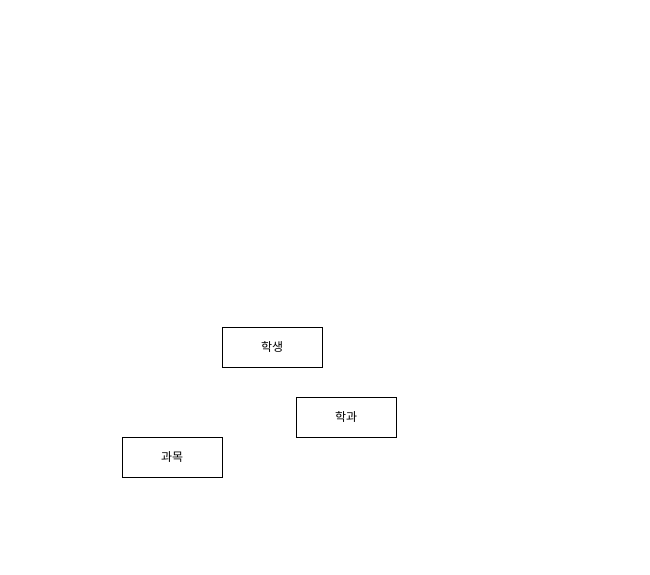
Above: 제목 없는 다이어그램.drawio in Jihyeon818/db1 (draw.io), before the change. Source tidied: cells renumbered, new cells numbered last; positions are measured from the earlier drawing's top-left corner, leaving out a move shared by most shapes. Both pictures are drawn from the tidied source at 100%, with x=0, y=0 at pixel (122, 327).
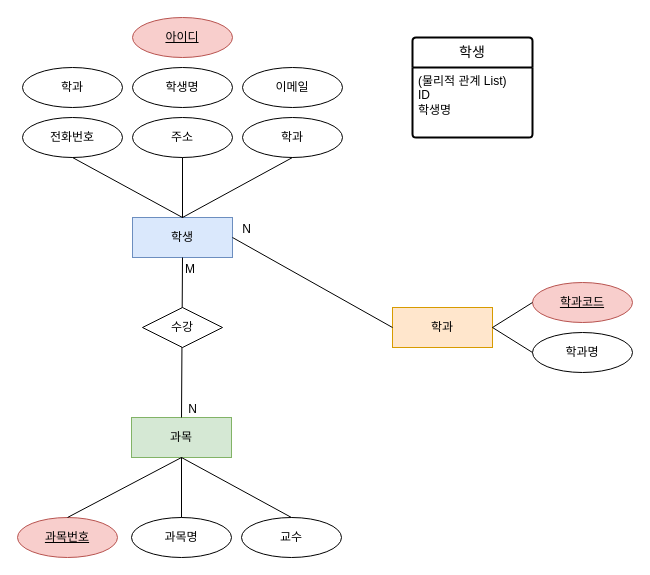
Above is the later version.

Commit message:
제목 없는 다이어그램.drawio 업데이트

The edit, as a diff of the source:
```diff
@@
-    <mxCell id="2" value="학생" style="whiteSpace=wrap;html=1;align=center;" parent="1" vertex="1">
-      <mxGeometry x="100" width="100" height="40" as="geometry" />
+    <mxCell id="2" value="학생" style="whiteSpace=wrap;html=1;align=center;fillColor=#dae8fc;strokeColor=#6c8ebf;" parent="1" vertex="1">
+      <mxGeometry x="10" y="-110" width="100" height="40" as="geometry" />
     </mxCell>
-    <mxCell id="3" value="학과" style="whiteSpace=wrap;html=1;align=center;" parent="1" vertex="1">
-      <mxGeometry x="174" y="70" width="100" height="40" as="geometry" />
+    <mxCell id="3" value="학과" style="whiteSpace=wrap;html=1;align=center;fillColor=#ffe6cc;strokeColor=#d79b00;" parent="1" vertex="1">
+      <mxGeometry x="270" y="-20" width="100" height="40" as="geometry" />
     </mxCell>
-    <mxCell id="4" value="과목" style="whiteSpace=wrap;html=1;align=center;" parent="1" vertex="1">
-      <mxGeometry y="110" width="100" height="40" as="geometry" />
+    <mxCell id="4" value="과목" style="whiteSpace=wrap;html=1;align=center;fillColor=#d5e8d4;strokeColor=#82b366;" parent="1" vertex="1">
+      <mxGeometry x="9" y="90" width="100" height="40" as="geometry" />
     </mxCell>
+    <mxCell id="5" value="학과" style="ellipse;whiteSpace=wrap;html=1;align=center;" parent="1" vertex="1">
+      <mxGeometry x="-100" y="-260" width="100" height="40" as="geometry" />
+    </mxCell>
+    <mxCell id="6" value="학생명" style="ellipse;whiteSpace=wrap;html=1;align=center;" parent="1" vertex="1">
+      <mxGeometry x="10" y="-260" width="100" height="40" as="geometry" />
+    </mxCell>
+    <mxCell id="7" value="이메일" style="ellipse;whiteSpace=wrap;html=1;align=center;" parent="1" vertex="1">
+      <mxGeometry x="120" y="-260" width="100" height="40" as="geometry" />
+    </mxCell>
+    <mxCell id="8" value="전화번호" style="ellipse;whiteSpace=wrap;html=1;align=center;" parent="1" vertex="1">
+      <mxGeometry x="-100" y="-210" width="100" height="40" as="geometry" />
+    </mxCell>
+    <mxCell id="9" value="주소" style="ellipse;whiteSpace=wrap;html=1;align=center;" parent="1" vertex="1">
+      <mxGeometry x="10" y="-210" width="100" height="40" as="geometry" />
+    </mxCell>
+    <mxCell id="10" value="학과" style="ellipse;whiteSpace=wrap;html=1;align=center;" parent="1" vertex="1">
+      <mxGeometry x="120" y="-210" width="100" height="40" as="geometry" />
+    </mxCell>
+    <mxCell id="11" value="아이디" style="ellipse;whiteSpace=wrap;html=1;align=center;fontStyle=4;fillColor=#f8cecc;strokeColor=#b85450;" parent="1" vertex="1">
+      <mxGeometry x="10" y="-310" width="100" height="40" as="geometry" />
+    </mxCell>
+    <mxCell id="12" value="학과코드" style="ellipse;whiteSpace=wrap;html=1;align=center;fontStyle=4;fillColor=#f8cecc;strokeColor=#b85450;" parent="1" vertex="1">
+      <mxGeometry x="410" y="-45" width="100" height="40" as="geometry" />
+    </mxCell>
+    <mxCell id="13" value="학과명" style="ellipse;whiteSpace=wrap;html=1;align=center;" parent="1" vertex="1">
+      <mxGeometry x="410" y="5" width="100" height="40" as="geometry" />
+    </mxCell>
+    <mxCell id="14" value="과목번호" style="ellipse;whiteSpace=wrap;html=1;align=center;fontStyle=4;fillColor=#f8cecc;strokeColor=#b85450;" parent="1" vertex="1">
+      <mxGeometry x="-105" y="190" width="100" height="40" as="geometry" />
+    </mxCell>
+    <mxCell id="15" value="교수" style="ellipse;whiteSpace=wrap;html=1;align=center;" parent="1" vertex="1">
+      <mxGeometry x="119" y="190" width="100" height="40" as="geometry" />
+    </mxCell>
+    <mxCell id="16" value="과목명" style="ellipse;whiteSpace=wrap;html=1;align=center;" parent="1" vertex="1">
+      <mxGeometry x="9" y="190" width="100" height="40" as="geometry" />
+    </mxCell>
+    <mxCell id="17" style="endArrow=none;html=1;rounded=0;exitX=0.5;exitY=1;exitDx=0;exitDy=0;entryX=0.5;entryY=0;entryDx=0;entryDy=0;" parent="1" edge="1" source="8" target="2">
+      <mxGeometry relative="1" as="geometry" />
+    </mxCell>
+    <mxCell id="18" style="endArrow=none;html=1;rounded=0;exitX=0.5;exitY=1;exitDx=0;exitDy=0;entryX=0.5;entryY=0;entryDx=0;entryDy=0;" parent="1" edge="1" source="9" target="2">
+      <mxGeometry relative="1" as="geometry" />
+    </mxCell>
+    <mxCell id="19" style="endArrow=none;html=1;rounded=0;exitX=0.5;exitY=1;exitDx=0;exitDy=0;entryX=0.5;entryY=0;entryDx=0;entryDy=0;" parent="1" edge="1" source="10" target="2">
+      <mxGeometry relative="1" as="geometry" />
+    </mxCell>
+    <mxCell id="20" style="endArrow=none;html=1;rounded=0;exitX=0;exitY=0.5;exitDx=0;exitDy=0;entryX=1;entryY=0.5;entryDx=0;entryDy=0;" parent="1" edge="1" source="12" target="3">
+      <mxGeometry relative="1" as="geometry" />
+    </mxCell>
+    <mxCell id="21" style="endArrow=none;html=1;rounded=0;exitX=0;exitY=0.5;exitDx=0;exitDy=0;entryX=1;entryY=0.5;entryDx=0;entryDy=0;" parent="1" edge="1" source="13" target="3">
+      <mxGeometry relative="1" as="geometry" />
+    </mxCell>
+    <mxCell id="22" style="endArrow=none;html=1;rounded=0;exitX=0.5;exitY=0;exitDx=0;exitDy=0;entryX=0.5;entryY=1;entryDx=0;entryDy=0;" parent="1" edge="1" source="15" target="4">
+      <mxGeometry relative="1" as="geometry" />
+    </mxCell>
+    <mxCell id="23" style="endArrow=none;html=1;rounded=0;exitX=0.5;exitY=0;exitDx=0;exitDy=0;entryX=0.5;entryY=1;entryDx=0;entryDy=0;" parent="1" edge="1" source="16" target="4">
+      <mxGeometry relative="1" as="geometry" />
+    </mxCell>
+    <mxCell id="24" style="endArrow=none;html=1;rounded=0;exitX=0.5;exitY=0;exitDx=0;exitDy=0;entryX=0.5;entryY=1;entryDx=0;entryDy=0;" parent="1" edge="1" source="14" target="4">
+      <mxGeometry relative="1" as="geometry" />
+    </mxCell>
+    <mxCell id="25" style="endArrow=none;html=1;rounded=0;exitX=0.5;exitY=1;exitDx=0;exitDy=0;entryX=0.5;entryY=0;entryDx=0;entryDy=0;" parent="1" edge="1" source="2" target="4">
+      <mxGeometry relative="1" as="geometry" />
+    </mxCell>
+    <mxCell id="26" value="M" style="html=1;whiteSpace=wrap;align=left;verticalAlign=bottom;" parent="25" vertex="1">
+      <mxGeometry x="-1" relative="1" as="geometry">
+        <mxPoint x="1" y="20" as="offset" />
+      </mxGeometry>
+    </mxCell>
+    <mxCell id="27" value="N" style="html=1;whiteSpace=wrap;align=right;verticalAlign=bottom;" parent="25" vertex="1">
+      <mxGeometry x="1" relative="1" as="geometry">
+        <mxPoint x="17" as="offset" />
+      </mxGeometry>
+    </mxCell>
+    <mxCell id="28" value="수강" style="shape=rhombus;perimeter=rhombusPerimeter;whiteSpace=wrap;html=1;align=center;" parent="1" vertex="1">
+      <mxGeometry x="20" y="-20" width="80" height="40" as="geometry" />
+    </mxCell>
+    <mxCell id="29" value="학생" style="swimlane;horizontal=1;startSize=30;rounded=1;fontSize=14;fontStyle=0;strokeWidth=2;shadow=0;dashed=0;align=center;arcSize=4;whiteSpace=wrap;html=1;" parent="1" vertex="1">
+      <mxGeometry x="290" y="-290" width="120" height="100" as="geometry" />
+    </mxCell>
+    <mxCell id="30" value="&lt;div&gt;(물리적 관계 List)&lt;/div&gt;ID&lt;div&gt;학생명&lt;/div&gt;" style="align=left;strokeColor=none;fillColor=none;spacingLeft=4;fontSize=12;verticalAlign=top;html=1;" parent="29" vertex="1">
+      <mxGeometry y="30" width="120" height="70" as="geometry" />
+    </mxCell>
+    <mxCell id="31" style="edgeStyle=orthogonalEdgeStyle;rounded=0;orthogonalLoop=1;jettySize=auto;html=1;exitX=0.5;exitY=1;exitDx=0;exitDy=0;" parent="29" edge="1" source="30" target="30">
+      <mxGeometry relative="1" as="geometry" />
+    </mxCell>
+    <mxCell id="32" style="endArrow=none;html=1;rounded=0;entryX=1;entryY=0.5;entryDx=0;entryDy=0;exitX=0;exitY=0.5;exitDx=0;exitDy=0;" parent="1" edge="1" source="3" target="2">
+      <mxGeometry relative="1" as="geometry" />
+    </mxCell>
+    <mxCell id="33" value="N" style="html=1;whiteSpace=wrap;align=right;verticalAlign=bottom;" parent="32" vertex="1">
+      <mxGeometry x="1" relative="1" as="geometry">
+        <mxPoint x="20" as="offset" />
+      </mxGeometry>
+    </mxCell>
```
